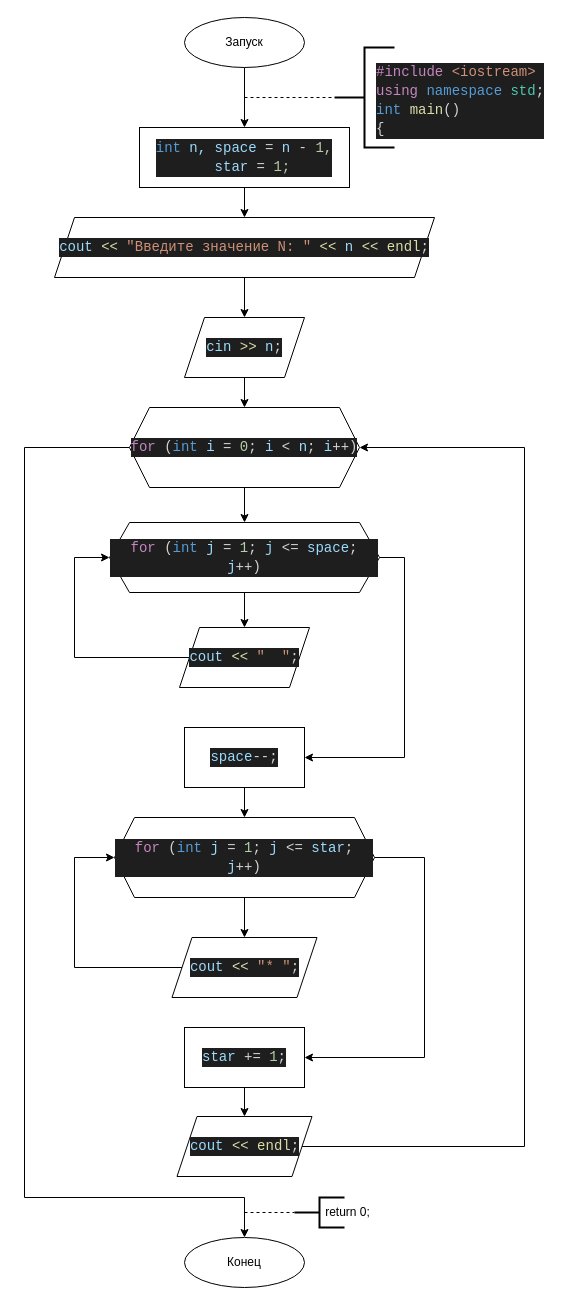
The draw.io diagram 2_5.drawio in SergeyIvanov2002/algoritms, before the edit. Source tidied: cells renumbered, new cells numbered last; positions are measured from the earlier drawing's top-left corner, leaving out a move shared by most shapes. Both pictures are drawn from the tidied source at 100%, with x=0, y=0 at pixel (24, 17).
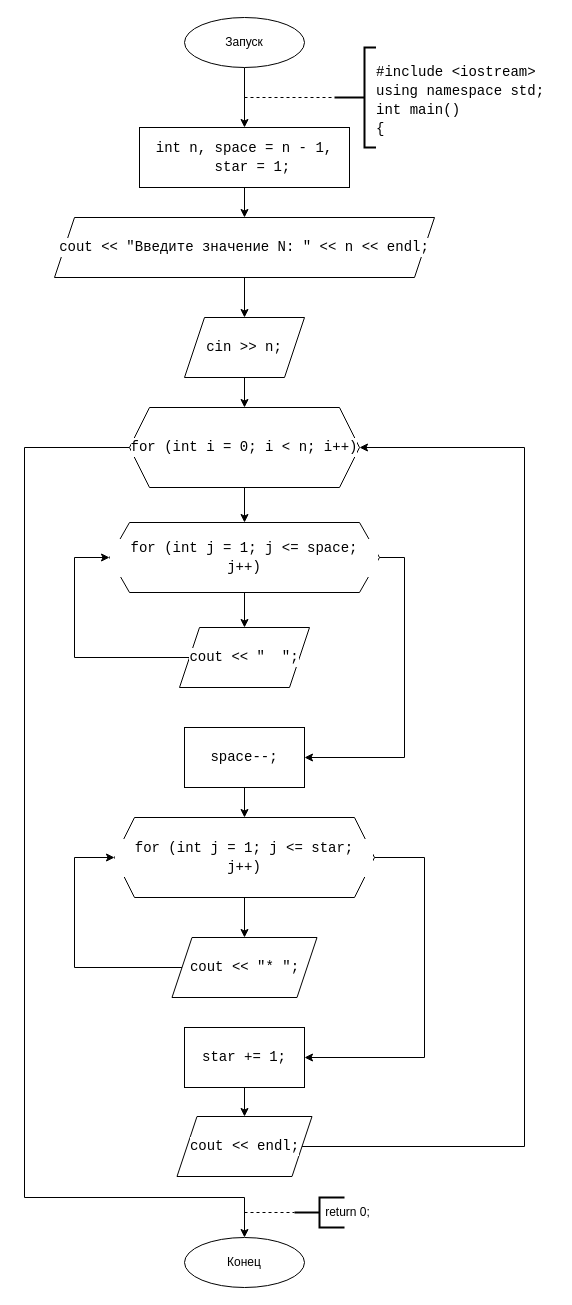
Above is the later version.

The edit, as a diff of the source:
```diff
@@
-    <mxCell id="5" value="&lt;div style=&quot;color: rgb(212 , 212 , 212) ; background-color: rgb(30 , 30 , 30) ; font-family: &amp;#34;consolas&amp;#34; , &amp;#34;courier new&amp;#34; , monospace ; font-size: 14px ; line-height: 19px&quot;&gt;&lt;span style=&quot;color: #569cd6&quot;&gt;int&lt;/span&gt; &lt;span style=&quot;color: #9cdcfe&quot;&gt;n,&lt;/span&gt;&lt;span style=&quot;font-family: &amp;#34;consolas&amp;#34; , &amp;#34;courier new&amp;#34; , monospace&quot;&gt;&amp;nbsp;&lt;/span&gt;&lt;span style=&quot;font-family: &amp;#34;consolas&amp;#34; , &amp;#34;courier new&amp;#34; , monospace ; color: rgb(156 , 220 , 254)&quot;&gt;space&lt;/span&gt;&lt;span style=&quot;font-family: &amp;#34;consolas&amp;#34; , &amp;#34;courier new&amp;#34; , monospace&quot;&gt; = &lt;/span&gt;&lt;span style=&quot;font-family: &amp;#34;consolas&amp;#34; , &amp;#34;courier new&amp;#34; , monospace ; color: rgb(156 , 220 , 254)&quot;&gt;n&lt;/span&gt;&lt;span style=&quot;font-family: &amp;#34;consolas&amp;#34; , &amp;#34;courier new&amp;#34; , monospace&quot;&gt; - &lt;/span&gt;&lt;span style=&quot;font-family: &amp;#34;consolas&amp;#34; , &amp;#34;courier new&amp;#34; , monospace ; color: rgb(181 , 206 , 168)&quot;&gt;1,&lt;/span&gt;&lt;/div&gt;&lt;div style=&quot;color: rgb(212 , 212 , 212) ; background-color: rgb(30 , 30 , 30) ; font-family: &amp;#34;consolas&amp;#34; , &amp;#34;courier new&amp;#34; , monospace ; font-size: 14px ; line-height: 19px&quot;&gt;&lt;div&gt;&amp;nbsp;&amp;nbsp;&lt;span style=&quot;color: #9cdcfe&quot;&gt;star&lt;/span&gt; = &lt;span style=&quot;color: #b5cea8&quot;&gt;1;&lt;/span&gt;&lt;/div&gt;&lt;/div&gt;" style="rounded=0;whiteSpace=wrap;html=1;" parent="1" vertex="1">
+    <mxCell id="5" value="&lt;div style=&quot;font-family: consolas, &amp;quot;courier new&amp;quot;, monospace; font-size: 14px; line-height: 19px;&quot;&gt;&lt;span style=&quot;&quot;&gt;int&lt;/span&gt; &lt;span style=&quot;&quot;&gt;n,&lt;/span&gt;&lt;span style=&quot;font-family: &amp;quot;consolas&amp;quot; , &amp;quot;courier new&amp;quot; , monospace&quot;&gt;&amp;nbsp;&lt;/span&gt;&lt;span style=&quot;font-family: consolas, &amp;quot;courier new&amp;quot;, monospace;&quot;&gt;space&lt;/span&gt;&lt;span style=&quot;font-family: &amp;quot;consolas&amp;quot; , &amp;quot;courier new&amp;quot; , monospace&quot;&gt; = &lt;/span&gt;&lt;span style=&quot;font-family: consolas, &amp;quot;courier new&amp;quot;, monospace;&quot;&gt;n&lt;/span&gt;&lt;span style=&quot;font-family: &amp;quot;consolas&amp;quot; , &amp;quot;courier new&amp;quot; , monospace&quot;&gt; - &lt;/span&gt;&lt;span style=&quot;font-family: consolas, &amp;quot;courier new&amp;quot;, monospace;&quot;&gt;1,&lt;/span&gt;&lt;/div&gt;&lt;div style=&quot;font-family: consolas, &amp;quot;courier new&amp;quot;, monospace; font-size: 14px; line-height: 19px;&quot;&gt;&lt;div&gt;&amp;nbsp;&amp;nbsp;&lt;span style=&quot;&quot;&gt;star&lt;/span&gt; = &lt;span style=&quot;&quot;&gt;1;&lt;/span&gt;&lt;/div&gt;&lt;/div&gt;" style="rounded=0;whiteSpace=wrap;html=1;labelBackgroundColor=#ffffff;" parent="1" vertex="1">
       <mxGeometry x="115" y="110" width="210" height="60" as="geometry" />
     </mxCell>
@@
-    <mxCell id="7" value="&lt;br&gt;&lt;br&gt;&lt;div style=&quot;color: rgb(212 , 212 , 212) ; background-color: rgb(30 , 30 , 30) ; font-family: &amp;#34;consolas&amp;#34; , &amp;#34;courier new&amp;#34; , monospace ; font-weight: normal ; font-size: 14px ; line-height: 19px&quot;&gt;&lt;div&gt;&lt;span style=&quot;color: #c586c0&quot;&gt;#include&lt;/span&gt;&lt;span style=&quot;color: #569cd6&quot;&gt; &lt;/span&gt;&lt;span style=&quot;color: #ce9178&quot;&gt;&amp;lt;iostream&amp;gt;&lt;/span&gt;&lt;/div&gt;&lt;div&gt;&lt;span style=&quot;color: #c586c0&quot;&gt;using&lt;/span&gt;&lt;span style=&quot;color: #d4d4d4&quot;&gt; &lt;/span&gt;&lt;span style=&quot;color: #569cd6&quot;&gt;namespace&lt;/span&gt;&lt;span style=&quot;color: #d4d4d4&quot;&gt; &lt;/span&gt;&lt;span style=&quot;color: #4ec9b0&quot;&gt;std&lt;/span&gt;&lt;span style=&quot;color: #d4d4d4&quot;&gt;;&lt;/span&gt;&lt;/div&gt;&lt;div&gt;&lt;span style=&quot;color: #569cd6&quot;&gt;int&lt;/span&gt;&lt;span style=&quot;color: #d4d4d4&quot;&gt; &lt;/span&gt;&lt;span style=&quot;color: #dcdcaa&quot;&gt;main&lt;/span&gt;&lt;span style=&quot;color: #d4d4d4&quot;&gt;() &lt;/span&gt;&lt;/div&gt;&lt;div&gt;&lt;span style=&quot;color: #d4d4d4&quot;&gt;{&lt;/span&gt;&lt;/div&gt;&lt;/div&gt;&lt;br&gt;" style="text;whiteSpace=wrap;html=1;" parent="1" vertex="1">
+    <mxCell id="7" value="&lt;br&gt;&lt;br&gt;&lt;div style=&quot;font-family: consolas, &amp;quot;courier new&amp;quot;, monospace; font-weight: normal; font-size: 14px; line-height: 19px;&quot;&gt;&lt;div&gt;&lt;span style=&quot;&quot;&gt;#include&lt;/span&gt;&lt;span style=&quot;&quot;&gt; &lt;/span&gt;&lt;span style=&quot;&quot;&gt;&amp;lt;iostream&amp;gt;&lt;/span&gt;&lt;/div&gt;&lt;div&gt;&lt;span style=&quot;&quot;&gt;using&lt;/span&gt;&lt;span style=&quot;&quot;&gt; &lt;/span&gt;&lt;span style=&quot;&quot;&gt;namespace&lt;/span&gt;&lt;span style=&quot;&quot;&gt; &lt;/span&gt;&lt;span style=&quot;&quot;&gt;std&lt;/span&gt;&lt;span style=&quot;&quot;&gt;;&lt;/span&gt;&lt;/div&gt;&lt;div&gt;&lt;span style=&quot;&quot;&gt;int&lt;/span&gt;&lt;span style=&quot;&quot;&gt; &lt;/span&gt;&lt;span style=&quot;&quot;&gt;main&lt;/span&gt;&lt;span style=&quot;&quot;&gt;() &lt;/span&gt;&lt;/div&gt;&lt;div&gt;&lt;span style=&quot;&quot;&gt;{&lt;/span&gt;&lt;/div&gt;&lt;/div&gt;&lt;br&gt;" style="text;whiteSpace=wrap;html=1;labelBackgroundColor=#ffffff;" parent="1" vertex="1">
       <mxGeometry x="350" y="10" width="180" height="130" as="geometry" />
     </mxCell>
@@
-    <mxCell id="10" value="&lt;div style=&quot;color: rgb(212 , 212 , 212) ; background-color: rgb(30 , 30 , 30) ; font-family: &amp;#34;consolas&amp;#34; , &amp;#34;courier new&amp;#34; , monospace ; font-size: 14px ; line-height: 19px&quot;&gt;&lt;span style=&quot;color: #9cdcfe&quot;&gt;cout&lt;/span&gt; &lt;span style=&quot;color: #dcdcaa&quot;&gt;&amp;lt;&amp;lt;&lt;/span&gt; &lt;span style=&quot;color: #ce9178&quot;&gt;&quot;Введите значение N: &quot;&lt;/span&gt; &lt;span style=&quot;color: #dcdcaa&quot;&gt;&amp;lt;&amp;lt;&lt;/span&gt; &lt;span style=&quot;color: #9cdcfe&quot;&gt;n&lt;/span&gt; &lt;span style=&quot;color: #dcdcaa&quot;&gt;&amp;lt;&amp;lt;&lt;/span&gt; &lt;span style=&quot;color: #dcdcaa&quot;&gt;endl&lt;/span&gt;;&lt;/div&gt;" style="shape=parallelogram;perimeter=parallelogramPerimeter;whiteSpace=wrap;html=1;fixedSize=1;" parent="1" vertex="1">
+    <mxCell id="10" value="&lt;div style=&quot;font-family: consolas, &amp;quot;courier new&amp;quot;, monospace; font-size: 14px; line-height: 19px;&quot;&gt;&lt;span style=&quot;&quot;&gt;cout&lt;/span&gt; &lt;span style=&quot;&quot;&gt;&amp;lt;&amp;lt;&lt;/span&gt; &lt;span style=&quot;&quot;&gt;&quot;Введите значение N: &quot;&lt;/span&gt; &lt;span style=&quot;&quot;&gt;&amp;lt;&amp;lt;&lt;/span&gt; &lt;span style=&quot;&quot;&gt;n&lt;/span&gt; &lt;span style=&quot;&quot;&gt;&amp;lt;&amp;lt;&lt;/span&gt; &lt;span style=&quot;&quot;&gt;endl&lt;/span&gt;;&lt;/div&gt;" style="shape=parallelogram;perimeter=parallelogramPerimeter;whiteSpace=wrap;html=1;fixedSize=1;labelBackgroundColor=#ffffff;" parent="1" vertex="1">
       <mxGeometry x="30" y="200" width="380" height="60" as="geometry" />
     </mxCell>
@@
-    <mxCell id="12" value="&lt;div style=&quot;color: rgb(212 , 212 , 212) ; background-color: rgb(30 , 30 , 30) ; font-family: &amp;#34;consolas&amp;#34; , &amp;#34;courier new&amp;#34; , monospace ; font-size: 14px ; line-height: 19px&quot;&gt;&lt;span style=&quot;color: #9cdcfe&quot;&gt;cin&lt;/span&gt; &lt;span style=&quot;color: #dcdcaa&quot;&gt;&amp;gt;&amp;gt;&lt;/span&gt; &lt;span style=&quot;color: #9cdcfe&quot;&gt;n&lt;/span&gt;;&lt;/div&gt;" style="shape=parallelogram;perimeter=parallelogramPerimeter;whiteSpace=wrap;html=1;fixedSize=1;" parent="1" vertex="1">
+    <mxCell id="12" value="&lt;div style=&quot;font-family: consolas, &amp;quot;courier new&amp;quot;, monospace; font-size: 14px; line-height: 19px;&quot;&gt;&lt;span style=&quot;&quot;&gt;cin&lt;/span&gt; &lt;span style=&quot;&quot;&gt;&amp;gt;&amp;gt;&lt;/span&gt; &lt;span style=&quot;&quot;&gt;n&lt;/span&gt;;&lt;/div&gt;" style="shape=parallelogram;perimeter=parallelogramPerimeter;whiteSpace=wrap;html=1;fixedSize=1;labelBackgroundColor=#ffffff;" parent="1" vertex="1">
       <mxGeometry x="160" y="300" width="120" height="60" as="geometry" />
     </mxCell>
@@
-    <mxCell id="15" value="&lt;div style=&quot;color: rgb(212 , 212 , 212) ; background-color: rgb(30 , 30 , 30) ; font-family: &amp;#34;consolas&amp;#34; , &amp;#34;courier new&amp;#34; , monospace ; font-size: 14px ; line-height: 19px&quot;&gt;&lt;span style=&quot;color: #c586c0&quot;&gt;for&lt;/span&gt; (&lt;span style=&quot;color: #569cd6&quot;&gt;int&lt;/span&gt; &lt;span style=&quot;color: #9cdcfe&quot;&gt;i&lt;/span&gt; = &lt;span style=&quot;color: #b5cea8&quot;&gt;0&lt;/span&gt;; &lt;span style=&quot;color: #9cdcfe&quot;&gt;i&lt;/span&gt; &amp;lt; &lt;span style=&quot;color: #9cdcfe&quot;&gt;n&lt;/span&gt;; &lt;span style=&quot;color: #9cdcfe&quot;&gt;i&lt;/span&gt;++)&lt;/div&gt;" style="shape=hexagon;perimeter=hexagonPerimeter2;whiteSpace=wrap;html=1;fixedSize=1;" parent="1" vertex="1">
+    <mxCell id="15" value="&lt;div style=&quot;font-family: consolas, &amp;quot;courier new&amp;quot;, monospace; font-size: 14px; line-height: 19px;&quot;&gt;&lt;span style=&quot;&quot;&gt;for&lt;/span&gt; (&lt;span style=&quot;&quot;&gt;int&lt;/span&gt; &lt;span style=&quot;&quot;&gt;i&lt;/span&gt; = &lt;span style=&quot;&quot;&gt;0&lt;/span&gt;; &lt;span style=&quot;&quot;&gt;i&lt;/span&gt; &amp;lt; &lt;span style=&quot;&quot;&gt;n&lt;/span&gt;; &lt;span style=&quot;&quot;&gt;i&lt;/span&gt;++)&lt;/div&gt;" style="shape=hexagon;perimeter=hexagonPerimeter2;whiteSpace=wrap;html=1;fixedSize=1;labelBackgroundColor=#ffffff;" parent="1" vertex="1">
       <mxGeometry x="105" y="390" width="230" height="80" as="geometry" />
     </mxCell>
@@
-    <mxCell id="18" value="&lt;div style=&quot;color: rgb(212 , 212 , 212) ; background-color: rgb(30 , 30 , 30) ; font-family: &amp;#34;consolas&amp;#34; , &amp;#34;courier new&amp;#34; , monospace ; font-size: 14px ; line-height: 19px&quot;&gt;&lt;span style=&quot;color: #c586c0&quot;&gt;for&lt;/span&gt; (&lt;span style=&quot;color: #569cd6&quot;&gt;int&lt;/span&gt; &lt;span style=&quot;color: #9cdcfe&quot;&gt;j&lt;/span&gt; = &lt;span style=&quot;color: #b5cea8&quot;&gt;1&lt;/span&gt;; &lt;span style=&quot;color: #9cdcfe&quot;&gt;j&lt;/span&gt; &amp;lt;= &lt;span style=&quot;color: #9cdcfe&quot;&gt;space&lt;/span&gt;; &lt;span style=&quot;color: #9cdcfe&quot;&gt;j&lt;/span&gt;++) &lt;/div&gt;" style="shape=hexagon;perimeter=hexagonPerimeter2;whiteSpace=wrap;html=1;fixedSize=1;" parent="1" vertex="1">
+    <mxCell id="18" value="&lt;div style=&quot;font-family: consolas, &amp;quot;courier new&amp;quot;, monospace; font-size: 14px; line-height: 19px;&quot;&gt;&lt;span style=&quot;&quot;&gt;for&lt;/span&gt; (&lt;span style=&quot;&quot;&gt;int&lt;/span&gt; &lt;span style=&quot;&quot;&gt;j&lt;/span&gt; = &lt;span style=&quot;&quot;&gt;1&lt;/span&gt;; &lt;span style=&quot;&quot;&gt;j&lt;/span&gt; &amp;lt;= &lt;span style=&quot;&quot;&gt;space&lt;/span&gt;; &lt;span style=&quot;&quot;&gt;j&lt;/span&gt;++) &lt;/div&gt;" style="shape=hexagon;perimeter=hexagonPerimeter2;whiteSpace=wrap;html=1;fixedSize=1;labelBackgroundColor=#ffffff;" parent="1" vertex="1">
       <mxGeometry x="85" y="505" width="270" height="70" as="geometry" />
     </mxCell>
@@
-    <mxCell id="20" value="&lt;div style=&quot;color: rgb(212 , 212 , 212) ; background-color: rgb(30 , 30 , 30) ; font-family: &amp;#34;consolas&amp;#34; , &amp;#34;courier new&amp;#34; , monospace ; font-size: 14px ; line-height: 19px&quot;&gt;&lt;span style=&quot;color: #9cdcfe&quot;&gt;cout&lt;/span&gt; &lt;span style=&quot;color: #dcdcaa&quot;&gt;&amp;lt;&amp;lt;&lt;/span&gt; &lt;span style=&quot;color: #ce9178&quot;&gt;&quot; &amp;nbsp;&quot;&lt;/span&gt;;&lt;/div&gt;" style="shape=parallelogram;perimeter=parallelogramPerimeter;whiteSpace=wrap;html=1;fixedSize=1;" parent="1" vertex="1">
+    <mxCell id="20" value="&lt;div style=&quot;font-family: consolas, &amp;quot;courier new&amp;quot;, monospace; font-size: 14px; line-height: 19px;&quot;&gt;&lt;span style=&quot;&quot;&gt;cout&lt;/span&gt; &lt;span style=&quot;&quot;&gt;&amp;lt;&amp;lt;&lt;/span&gt; &lt;span style=&quot;&quot;&gt;&quot; &amp;nbsp;&quot;&lt;/span&gt;;&lt;/div&gt;" style="shape=parallelogram;perimeter=parallelogramPerimeter;whiteSpace=wrap;html=1;fixedSize=1;labelBackgroundColor=#ffffff;" parent="1" vertex="1">
       <mxGeometry x="155" y="610" width="130" height="60" as="geometry" />
     </mxCell>
@@
-    <mxCell id="22" value="&lt;div style=&quot;color: rgb(212 , 212 , 212) ; background-color: rgb(30 , 30 , 30) ; font-family: &amp;#34;consolas&amp;#34; , &amp;#34;courier new&amp;#34; , monospace ; font-size: 14px ; line-height: 19px&quot;&gt;&lt;span style=&quot;color: #9cdcfe&quot;&gt;space&lt;/span&gt;--;&lt;/div&gt;" style="rounded=0;whiteSpace=wrap;html=1;" parent="1" vertex="1">
+    <mxCell id="22" value="&lt;div style=&quot;font-family: consolas, &amp;quot;courier new&amp;quot;, monospace; font-size: 14px; line-height: 19px;&quot;&gt;&lt;span style=&quot;&quot;&gt;space&lt;/span&gt;--;&lt;/div&gt;" style="rounded=0;whiteSpace=wrap;html=1;labelBackgroundColor=#ffffff;" parent="1" vertex="1">
       <mxGeometry x="160" y="710" width="120" height="60" as="geometry" />
     </mxCell>
@@
-    <mxCell id="25" value="&lt;div style=&quot;color: rgb(212 , 212 , 212) ; background-color: rgb(30 , 30 , 30) ; font-family: &amp;#34;consolas&amp;#34; , &amp;#34;courier new&amp;#34; , monospace ; font-size: 14px ; line-height: 19px&quot;&gt;&lt;span style=&quot;color: #c586c0&quot;&gt;for&lt;/span&gt; (&lt;span style=&quot;color: #569cd6&quot;&gt;int&lt;/span&gt; &lt;span style=&quot;color: #9cdcfe&quot;&gt;j&lt;/span&gt; = &lt;span style=&quot;color: #b5cea8&quot;&gt;1&lt;/span&gt;; &lt;span style=&quot;color: #9cdcfe&quot;&gt;j&lt;/span&gt; &amp;lt;= &lt;span style=&quot;color: #9cdcfe&quot;&gt;star&lt;/span&gt;; &lt;span style=&quot;color: #9cdcfe&quot;&gt;j&lt;/span&gt;++)&lt;/div&gt;" style="shape=hexagon;perimeter=hexagonPerimeter2;whiteSpace=wrap;html=1;fixedSize=1;" parent="1" vertex="1">
+    <mxCell id="25" value="&lt;div style=&quot;font-family: consolas, &amp;quot;courier new&amp;quot;, monospace; font-size: 14px; line-height: 19px;&quot;&gt;&lt;span style=&quot;&quot;&gt;for&lt;/span&gt; (&lt;span style=&quot;&quot;&gt;int&lt;/span&gt; &lt;span style=&quot;&quot;&gt;j&lt;/span&gt; = &lt;span style=&quot;&quot;&gt;1&lt;/span&gt;; &lt;span style=&quot;&quot;&gt;j&lt;/span&gt; &amp;lt;= &lt;span style=&quot;&quot;&gt;star&lt;/span&gt;; &lt;span style=&quot;&quot;&gt;j&lt;/span&gt;++)&lt;/div&gt;" style="shape=hexagon;perimeter=hexagonPerimeter2;whiteSpace=wrap;html=1;fixedSize=1;labelBackgroundColor=#ffffff;" parent="1" vertex="1">
       <mxGeometry x="90" y="800" width="260" height="80" as="geometry" />
     </mxCell>
@@
-    <mxCell id="27" value="&lt;div style=&quot;color: rgb(212 , 212 , 212) ; background-color: rgb(30 , 30 , 30) ; font-family: &amp;#34;consolas&amp;#34; , &amp;#34;courier new&amp;#34; , monospace ; font-size: 14px ; line-height: 19px&quot;&gt;&lt;span style=&quot;color: #9cdcfe&quot;&gt;cout&lt;/span&gt; &lt;span style=&quot;color: #dcdcaa&quot;&gt;&amp;lt;&amp;lt;&lt;/span&gt; &lt;span style=&quot;color: #ce9178&quot;&gt;&quot;* &quot;&lt;/span&gt;;&lt;/div&gt;" style="shape=parallelogram;perimeter=parallelogramPerimeter;whiteSpace=wrap;html=1;fixedSize=1;" parent="1" vertex="1">
+    <mxCell id="27" value="&lt;div style=&quot;font-family: consolas, &amp;quot;courier new&amp;quot;, monospace; font-size: 14px; line-height: 19px;&quot;&gt;&lt;span style=&quot;&quot;&gt;cout&lt;/span&gt; &lt;span style=&quot;&quot;&gt;&amp;lt;&amp;lt;&lt;/span&gt; &lt;span style=&quot;&quot;&gt;&quot;* &quot;&lt;/span&gt;;&lt;/div&gt;" style="shape=parallelogram;perimeter=parallelogramPerimeter;whiteSpace=wrap;html=1;fixedSize=1;labelBackgroundColor=#ffffff;" parent="1" vertex="1">
       <mxGeometry x="147.5" y="920" width="145" height="60" as="geometry" />
     </mxCell>
@@
-    <mxCell id="29" value="&lt;div style=&quot;color: rgb(212 , 212 , 212) ; background-color: rgb(30 , 30 , 30) ; font-family: &amp;#34;consolas&amp;#34; , &amp;#34;courier new&amp;#34; , monospace ; font-size: 14px ; line-height: 19px&quot;&gt;&lt;span style=&quot;color: #9cdcfe&quot;&gt;star&lt;/span&gt; += &lt;span style=&quot;color: #b5cea8&quot;&gt;1&lt;/span&gt;;&lt;/div&gt;" style="rounded=0;whiteSpace=wrap;html=1;" parent="1" vertex="1">
+    <mxCell id="29" value="&lt;div style=&quot;font-family: consolas, &amp;quot;courier new&amp;quot;, monospace; font-size: 14px; line-height: 19px;&quot;&gt;&lt;span style=&quot;&quot;&gt;star&lt;/span&gt; += &lt;span style=&quot;&quot;&gt;1&lt;/span&gt;;&lt;/div&gt;" style="rounded=0;whiteSpace=wrap;html=1;labelBackgroundColor=#ffffff;" parent="1" vertex="1">
       <mxGeometry x="160" y="1010" width="120" height="60" as="geometry" />
     </mxCell>
@@
-    <mxCell id="31" value="&lt;div style=&quot;color: rgb(212 , 212 , 212) ; background-color: rgb(30 , 30 , 30) ; font-family: &amp;#34;consolas&amp;#34; , &amp;#34;courier new&amp;#34; , monospace ; font-size: 14px ; line-height: 19px&quot;&gt;&lt;span style=&quot;color: #9cdcfe&quot;&gt;cout&lt;/span&gt; &lt;span style=&quot;color: #dcdcaa&quot;&gt;&amp;lt;&amp;lt;&lt;/span&gt; &lt;span style=&quot;color: #dcdcaa&quot;&gt;endl&lt;/span&gt;;&lt;/div&gt;" style="shape=parallelogram;perimeter=parallelogramPerimeter;whiteSpace=wrap;html=1;fixedSize=1;" parent="1" vertex="1">
+    <mxCell id="31" value="&lt;div style=&quot;font-family: consolas, &amp;quot;courier new&amp;quot;, monospace; font-size: 14px; line-height: 19px;&quot;&gt;&lt;span style=&quot;&quot;&gt;cout&lt;/span&gt; &lt;span style=&quot;&quot;&gt;&amp;lt;&amp;lt;&lt;/span&gt; &lt;span style=&quot;&quot;&gt;endl&lt;/span&gt;;&lt;/div&gt;" style="shape=parallelogram;perimeter=parallelogramPerimeter;whiteSpace=wrap;html=1;fixedSize=1;labelBackgroundColor=#ffffff;" parent="1" vertex="1">
       <mxGeometry x="152.5" y="1099" width="135" height="60" as="geometry" />
     </mxCell>
```
